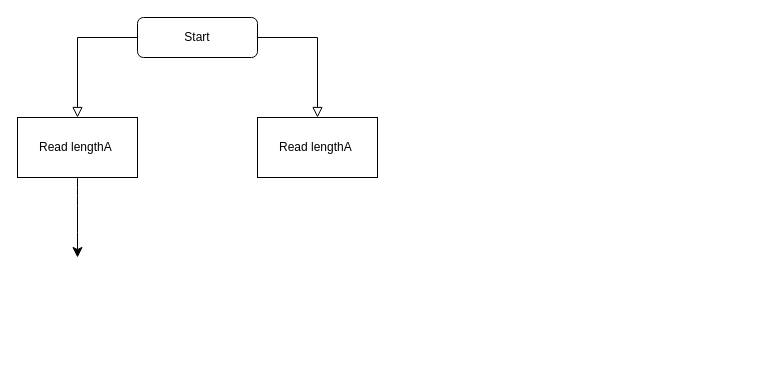
The draw.io diagram Biểu đồ không có tiêu đề.drawio in LONGDKZdev/Flowchart, before the edit. Source tidied: cells renumbered, new cells numbered last; positions are measured from the earlier drawing's top-left corner, leaving out a move shared by most shapes. Both pictures are drawn from the tidied source at 100%, with x=0, y=0 at pixel (17, 17).
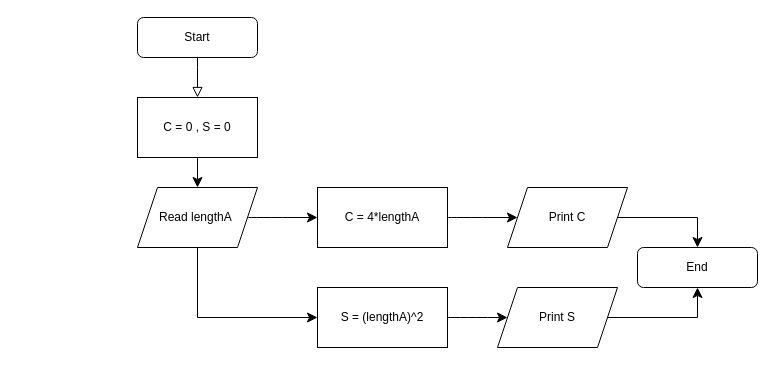
The same diagram, later.

Commit message (it also covers changes not shown here):
Cập nhật Biểu đồ không có tiêu đề.drawio

The change refers to these unchanged cells:
```xml
<mxCell id="3" value="Start" style="rounded=1;whiteSpace=wrap;html=1;fontSize=12;glass=0;strokeWidth=1;shadow=0;" parent="1" vertex="1">
  <mxGeometry x="120" width="120" height="40" as="geometry" />
</mxCell>
```

Change to the diagram source:
```diff
@@
-    <mxCell id="2" style="rounded=0;html=1;jettySize=auto;fontSize=11;endArrow=block;endFill=0;endSize=8;strokeWidth=1;shadow=0;labelBackgroundColor=none;edgeStyle=orthogonalEdgeStyle;entryX=0.5;entryY=0;entryDx=0;entryDy=0;" parent="1" edge="1" source="3" target="5">
+    <mxCell id="2" style="rounded=0;html=1;jettySize=auto;fontSize=11;endArrow=block;endFill=0;endSize=8;strokeWidth=1;shadow=0;labelBackgroundColor=none;edgeStyle=orthogonalEdgeStyle;entryX=0.5;entryY=0;entryDx=0;entryDy=0;exitX=0.5;exitY=1;exitDx=0;exitDy=0;" parent="1" edge="1" source="3">
       <mxGeometry relative="1" as="geometry">
+        <mxPoint x="180" y="80" as="targetPoint" />
         <Array as="points">
-          <mxPoint x="60" y="20" />
+          <mxPoint x="180" y="50" />
         </Array>
       </mxGeometry>
     </mxCell>
@@
-    <mxCell id="4" style="edgeStyle=none;curved=1;rounded=0;jettySize=auto;html=1;fontSize=12;startSize=8;endSize=8;exitX=0.5;exitY=1;exitDx=0;exitDy=0;" parent="1" edge="1" source="5">
+    <mxCell id="4" style="edgeStyle=none;curved=1;rounded=0;orthogonalLoop=1;jettySize=auto;html=1;fontSize=12;startSize=8;endSize=8;exitX=0.5;exitY=1;exitDx=0;exitDy=0;" parent="1" edge="1">
       <mxGeometry relative="1" as="geometry">
-        <mxPoint x="60" y="240" as="targetPoint" />
+        <mxPoint x="180" y="140" as="sourcePoint" />
+        <mxPoint x="180" y="170" as="targetPoint" />
       </mxGeometry>
     </mxCell>
-    <mxCell id="5" value="Read lengthA&amp;nbsp;" style="rounded=0;whiteSpace=wrap;html=1;" parent="1" vertex="1">
-      <mxGeometry y="100" width="120" height="60" as="geometry" />
-    </mxCell>
-    <mxCell id="6" value="Read lengthA&amp;nbsp;" style="rounded=0;whiteSpace=wrap;html=1;" parent="1" vertex="1">
-      <mxGeometry x="240" y="100" width="120" height="60" as="geometry" />
-    </mxCell>
-    <mxCell id="7" style="rounded=0;html=1;jettySize=auto;fontSize=11;endArrow=block;endFill=0;endSize=8;strokeWidth=1;shadow=0;labelBackgroundColor=none;edgeStyle=orthogonalEdgeStyle;entryX=0.5;entryY=0;entryDx=0;entryDy=0;exitX=1;exitY=0.5;exitDx=0;exitDy=0;" parent="1" edge="1" source="3" target="6">
-      <mxGeometry relative="1" as="geometry">
-        <Array as="points">
-          <mxPoint x="300" y="20" />
-        </Array>
-      </mxGeometry>
-    </mxCell>
+    <mxCell id="8" style="edgeStyle=none;curved=1;rounded=0;jettySize=auto;html=1;fontSize=12;startSize=8;endSize=8;" parent="1" edge="1" source="9">
+      <mxGeometry relative="1" as="geometry">
+        <mxPoint x="300" y="200" as="targetPoint" />
+      </mxGeometry>
+    </mxCell>
+    <mxCell id="9" value="Read lengthA&amp;nbsp;" style="shape=parallelogram;perimeter=parallelogramPerimeter;whiteSpace=wrap;html=1;fixedSize=1;" parent="1" vertex="1">
+      <mxGeometry x="120" y="170" width="120" height="60" as="geometry" />
+    </mxCell>
+    <mxCell id="10" value="C = 0 , S = 0" style="rounded=0;whiteSpace=wrap;html=1;" parent="1" vertex="1">
+      <mxGeometry x="120" y="80" width="120" height="60" as="geometry" />
+    </mxCell>
+    <mxCell id="11" style="edgeStyle=none;curved=1;rounded=0;jettySize=auto;html=1;fontSize=12;startSize=8;endSize=8;" parent="1" edge="1" source="12">
+      <mxGeometry relative="1" as="geometry">
+        <mxPoint x="500" y="200" as="targetPoint" />
+      </mxGeometry>
+    </mxCell>
+    <mxCell id="12" value="C = 4*lengthA" style="whiteSpace=wrap;html=1;" parent="1" vertex="1">
+      <mxGeometry x="300" y="170" width="130" height="60" as="geometry" />
+    </mxCell>
+    <mxCell id="13" style="edgeStyle=none;curved=1;rounded=0;jettySize=auto;html=1;fontSize=12;startSize=8;endSize=8;" parent="1" edge="1" source="14" target="17">
+      <mxGeometry relative="1" as="geometry" />
+    </mxCell>
+    <mxCell id="14" value="S = (lengthA)^2" style="whiteSpace=wrap;html=1;" parent="1" vertex="1">
+      <mxGeometry x="300" y="270" width="130" height="60" as="geometry" />
+    </mxCell>
+    <mxCell id="15" style="edgeStyle=elbowEdgeStyle;elbow=vertical;endArrow=classic;html=1;curved=0;rounded=0;endSize=8;startSize=8;fontSize=12;exitX=0.5;exitY=1;exitDx=0;exitDy=0;entryX=0;entryY=0.5;entryDx=0;entryDy=0;" parent="1" edge="1" source="9" target="14">
+      <mxGeometry relative="1" as="geometry">
+        <Array as="points">
+          <mxPoint x="250" y="300" />
+        </Array>
+      </mxGeometry>
+    </mxCell>
+    <mxCell id="16" value="Print C" style="shape=parallelogram;perimeter=parallelogramPerimeter;whiteSpace=wrap;html=1;fixedSize=1;" parent="1" vertex="1">
+      <mxGeometry x="490" y="170" width="120" height="60" as="geometry" />
+    </mxCell>
+    <mxCell id="17" value="Print S" style="shape=parallelogram;perimeter=parallelogramPerimeter;whiteSpace=wrap;html=1;fixedSize=1;" parent="1" vertex="1">
+      <mxGeometry x="480" y="270" width="120" height="60" as="geometry" />
+    </mxCell>
+    <mxCell id="18" style="edgeStyle=elbowEdgeStyle;elbow=vertical;endArrow=classic;html=1;curved=0;rounded=0;endSize=8;startSize=8;fontSize=12;exitX=1;exitY=0.5;exitDx=0;exitDy=0;entryX=0.5;entryY=1;entryDx=0;entryDy=0;" parent="1" edge="1" source="17" target="20">
+      <mxGeometry relative="1" as="geometry">
+        <Array as="points">
+          <mxPoint x="640" y="300" />
+        </Array>
+      </mxGeometry>
+    </mxCell>
+    <mxCell id="19" style="edgeStyle=elbowEdgeStyle;elbow=vertical;endArrow=classic;html=1;curved=0;rounded=0;endSize=8;startSize=8;fontSize=12;exitX=1;exitY=0.5;exitDx=0;exitDy=0;entryX=0.5;entryY=0;entryDx=0;entryDy=0;" parent="1" edge="1" source="16" target="20">
+      <mxGeometry relative="1" as="geometry">
+        <Array as="points">
+          <mxPoint x="660" y="200" />
+          <mxPoint x="580" y="140" />
+        </Array>
+      </mxGeometry>
+    </mxCell>
+    <mxCell id="20" value="End" style="rounded=1;whiteSpace=wrap;html=1;" parent="1" vertex="1">
+      <mxGeometry x="620" y="230" width="120" height="40" as="geometry" />
+    </mxCell>
```
